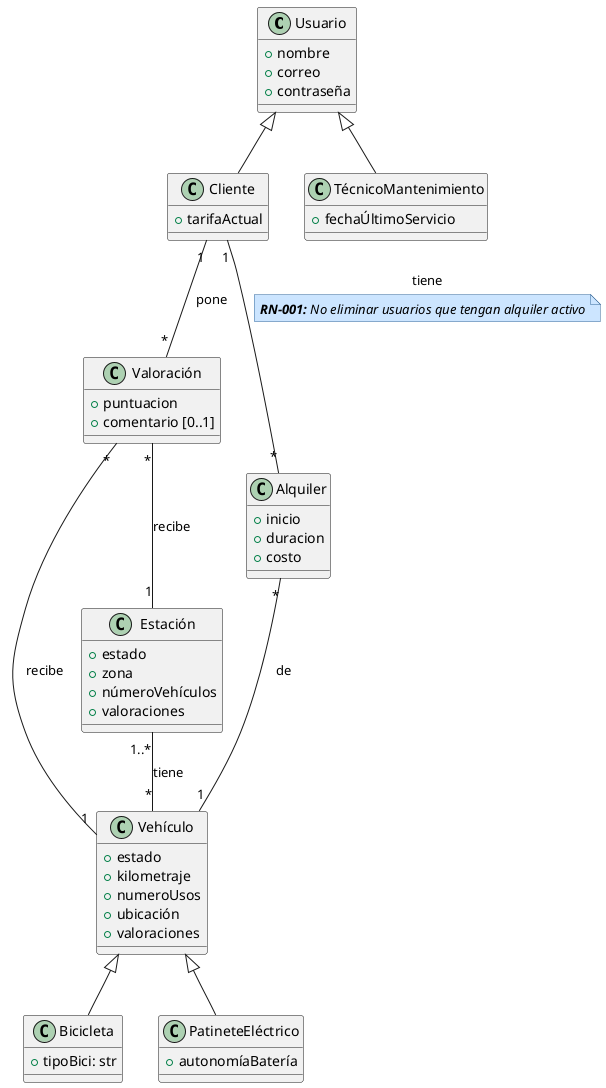
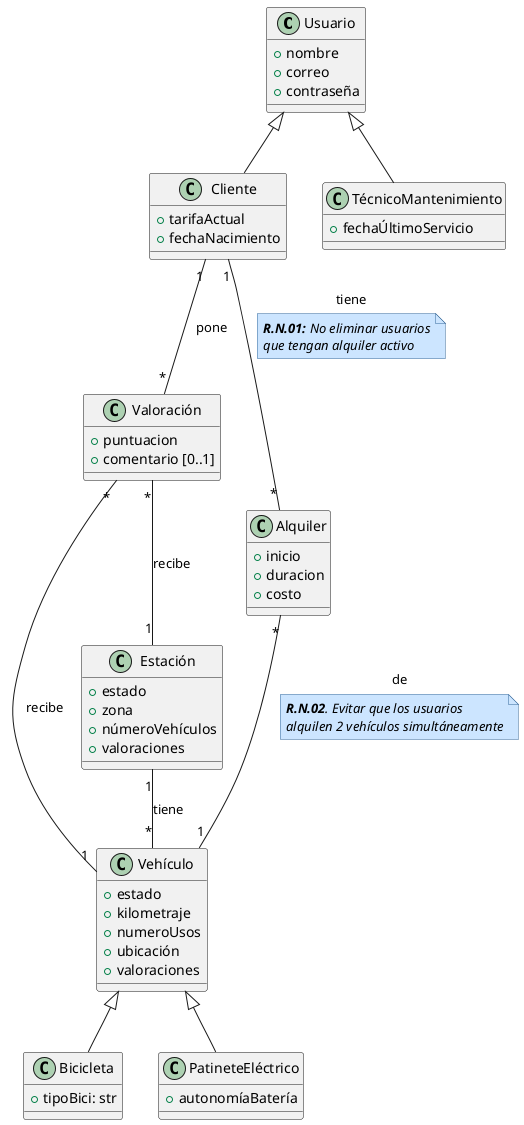
@startuml DiagramaClases

skinparam note {
  BackgroundColor #cce5ff
  BorderColor #336699
  FontStyle italic
}

class Usuario {
    +nombre
    +correo
    +contraseña
}

class Cliente {
    +tarifaActual
+     +fechaNacimiento
}

class TécnicoMantenimiento {
    +fechaÚltimoServicio
}

class Valoración {
    +puntuacion
    +comentario [0..1]
}

class Alquiler {
    +inicio
    +duracion
    +costo
}

class Vehículo {
    +estado
    +kilometraje
    +numeroUsos
    +ubicación
    +valoraciones
}

class Estación {
    +estado
    +zona
    +númeroVehículos
    +valoraciones
}

class Bicicleta {
    +tipoBici: str
}

class PatineteEléctrico {
    +autonomíaBatería
}

Usuario <|-- Cliente
Usuario <|-- TécnicoMantenimiento

'Relación directa valoraciones'
Cliente "1"--"*" Valoración : pone
Valoración "*"--"1" Vehículo : recibe
Valoración "*"--"1" Estación : recibe

- Estación"1..*" -- "*"Vehículo : tiene
+ Estación"1" -- "*"Vehículo : tiene

'Relacion de Alquileres'
Cliente "1"--"*"  Alquiler: tiene
'Requisitos seguidos de relacion a linkear'
note on link
-   **RN-001:** No eliminar usuarios que tengan alquiler activo
+   **R.N.01:** No eliminar usuarios
+   que tengan alquiler activo
end note

Alquiler "*"--"1" Vehículo: de
+ note on link
+     **R.N.02**. Evitar que los usuarios
+     alquilen 2 vehículos simultáneamente
+ end note

Vehículo <|-- Bicicleta
Vehículo <|-- PatineteEléctrico

@enduml